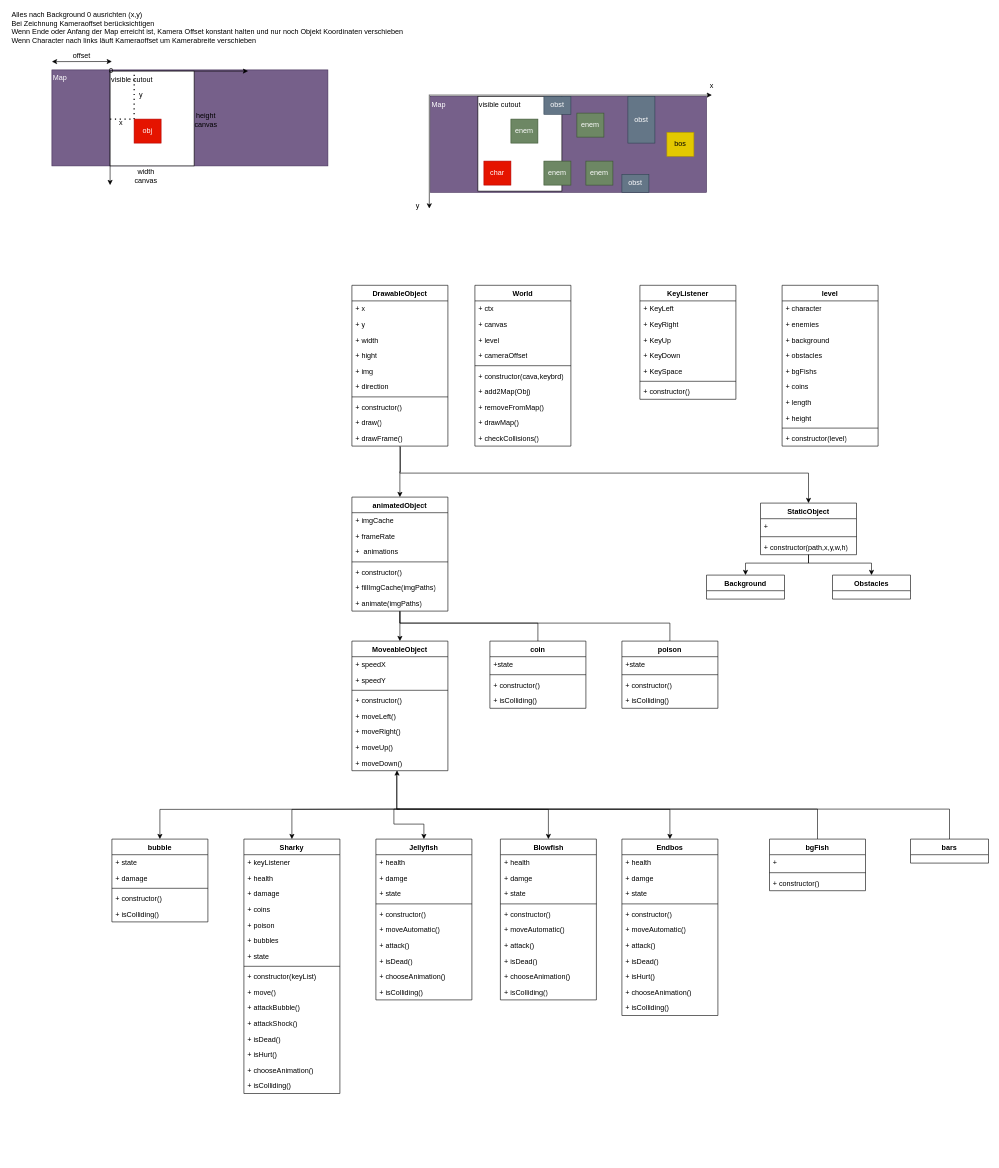
Raifiki/gameSharky keeps this draw.io diagram as SW_Architektur.drawio. Above is the earlier version. Source tidied: cells renumbered, new cells numbered last; positions are measured from the earlier drawing's top-left corner, leaving out a move shared by most shapes. Both pictures are drawn from the tidied source at 60%, with x=0, y=0 at pixel (10, 11).
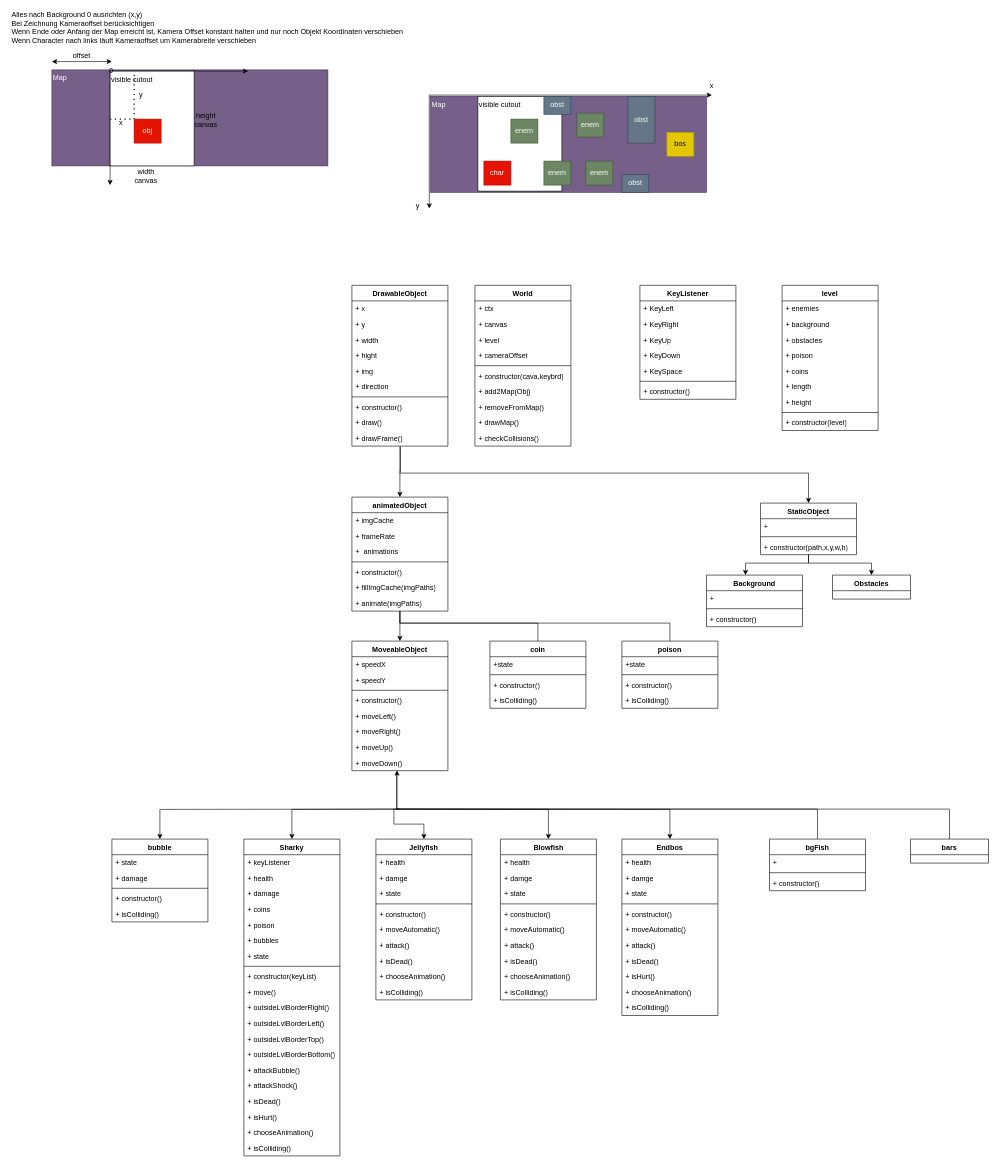
After the change.

Diff of the diagram source:
```diff
@@
     <mxCell id="50" value="Sharky" style="swimlane;fontStyle=1;align=center;verticalAlign=top;horizontal=1;startSize=26;whiteSpace=wrap;html=1;" parent="1" vertex="1">
-      <mxGeometry x="389" y="1380" width="160" height="424" as="geometry" />
+      <mxGeometry x="389" y="1380" width="160" height="528" as="geometry" />
     </mxCell>
@@
+    <mxCell id="183" value="+ outsideLvlBorderRight()" style="text;strokeColor=none;fillColor=none;align=left;verticalAlign=top;spacingLeft=4;spacingRight=4;overflow=hidden;whiteSpace=wrap;html=1;" parent="50" vertex="1">
+      <mxGeometry y="268" width="160" height="26" as="geometry" />
+    </mxCell>
+    <mxCell id="184" value="+ outsideLvlBorderLeft()" style="text;strokeColor=none;fillColor=none;align=left;verticalAlign=top;spacingLeft=4;spacingRight=4;overflow=hidden;whiteSpace=wrap;html=1;" parent="50" vertex="1">
+      <mxGeometry y="294" width="160" height="26" as="geometry" />
+    </mxCell>
+    <mxCell id="185" value="+ outsideLvlBorderTop()" style="text;strokeColor=none;fillColor=none;align=left;verticalAlign=top;spacingLeft=4;spacingRight=4;overflow=hidden;whiteSpace=wrap;html=1;" parent="50" vertex="1">
+      <mxGeometry y="320" width="160" height="26" as="geometry" />
+    </mxCell>
+    <mxCell id="186" value="+ outsideLvlBorderBottom()" style="text;strokeColor=none;fillColor=none;align=left;verticalAlign=top;spacingLeft=4;spacingRight=4;overflow=hidden;whiteSpace=wrap;html=1;" parent="50" vertex="1">
+      <mxGeometry y="346" width="160" height="26" as="geometry" />
+    </mxCell>
     <mxCell id="61" value="+ attackBubble()" style="text;strokeColor=none;fillColor=none;align=left;verticalAlign=top;spacingLeft=4;spacingRight=4;overflow=hidden;whiteSpace=wrap;html=1;" parent="50" vertex="1">
-      <mxGeometry y="268" width="160" height="26" as="geometry" />
+      <mxGeometry y="372" width="160" height="26" as="geometry" />
     </mxCell>
     <mxCell id="62" value="+ attackShock()" style="text;strokeColor=none;fillColor=none;align=left;verticalAlign=top;spacingLeft=4;spacingRight=4;overflow=hidden;whiteSpace=wrap;html=1;" parent="50" vertex="1">
-      <mxGeometry y="294" width="160" height="26" as="geometry" />
+      <mxGeometry y="398" width="160" height="26" as="geometry" />
     </mxCell>
     <mxCell id="63" value="+ isDead()" style="text;strokeColor=none;fillColor=none;align=left;verticalAlign=top;spacingLeft=4;spacingRight=4;overflow=hidden;whiteSpace=wrap;html=1;" parent="50" vertex="1">
-      <mxGeometry y="320" width="160" height="26" as="geometry" />
+      <mxGeometry y="424" width="160" height="26" as="geometry" />
     </mxCell>
     <mxCell id="64" value="+ isHurt()" style="text;strokeColor=none;fillColor=none;align=left;verticalAlign=top;spacingLeft=4;spacingRight=4;overflow=hidden;whiteSpace=wrap;html=1;" parent="50" vertex="1">
-      <mxGeometry y="346" width="160" height="26" as="geometry" />
+      <mxGeometry y="450" width="160" height="26" as="geometry" />
     </mxCell>
     <mxCell id="65" value="+ chooseAnimation()" style="text;strokeColor=none;fillColor=none;align=left;verticalAlign=top;spacingLeft=4;spacingRight=4;overflow=hidden;whiteSpace=wrap;html=1;" parent="50" vertex="1">
-      <mxGeometry y="372" width="160" height="26" as="geometry" />
+      <mxGeometry y="476" width="160" height="26" as="geometry" />
     </mxCell>
     <mxCell id="66" value="+ isColliding()" style="text;strokeColor=none;fillColor=none;align=left;verticalAlign=top;spacingLeft=4;spacingRight=4;overflow=hidden;whiteSpace=wrap;html=1;" parent="50" vertex="1">
-      <mxGeometry y="398" width="160" height="26" as="geometry" />
+      <mxGeometry y="502" width="160" height="26" as="geometry" />
     </mxCell>
-    <mxCell id="67" value="Background" style="swimlane;fontStyle=1;align=center;verticalAlign=top;horizontal=1;startSize=26;whiteSpace=wrap;html=1;" parent="1" vertex="1" collapsed="1">
-      <mxGeometry x="1160" y="940" width="130" height="40" as="geometry" />
+    <mxCell id="67" value="Background" style="swimlane;fontStyle=1;align=center;verticalAlign=top;horizontal=1;startSize=26;whiteSpace=wrap;html=1;" parent="1" vertex="1">
+      <mxGeometry x="1160" y="940" width="160" height="86" as="geometry" />
     </mxCell>
+    <mxCell id="187" value="+&amp;nbsp;" style="text;strokeColor=none;fillColor=none;align=left;verticalAlign=top;spacingLeft=4;spacingRight=4;overflow=hidden;whiteSpace=wrap;html=1;" parent="67" vertex="1">
+      <mxGeometry y="26" width="160" height="26" as="geometry" />
+    </mxCell>
+    <mxCell id="188" style="line;strokeWidth=1;fillColor=none;align=left;verticalAlign=middle;spacingTop=-1;spacingLeft=3;spacingRight=3;labelPosition=right;strokeColor=inherit;" parent="67" vertex="1">
+      <mxGeometry y="52" width="160" height="8" as="geometry" />
+    </mxCell>
+    <mxCell id="189" value="+ constructor()" style="text;strokeColor=none;fillColor=none;align=left;verticalAlign=top;spacingLeft=4;spacingRight=4;overflow=hidden;whiteSpace=wrap;html=1;" parent="67" vertex="1">
+      <mxGeometry y="60" width="160" height="26" as="geometry" />
+    </mxCell>
@@
     <mxCell id="115" value="level" style="swimlane;fontStyle=1;align=center;verticalAlign=top;horizontal=1;startSize=26;whiteSpace=wrap;html=1;" parent="1" vertex="1">
-      <mxGeometry x="1286" y="457" width="160" height="268" as="geometry" />
+      <mxGeometry x="1286" y="457" width="160" height="242" as="geometry" />
     </mxCell>
-    <mxCell id="116" value="+ character" style="text;strokeColor=none;fillColor=none;align=left;verticalAlign=top;spacingLeft=4;spacingRight=4;overflow=hidden;whiteSpace=wrap;html=1;" parent="115" vertex="1">
-      <mxGeometry y="26" width="160" height="26" as="geometry" />
-    </mxCell>
     <mxCell id="117" value="+ enemies" style="text;strokeColor=none;fillColor=none;align=left;verticalAlign=top;spacingLeft=4;spacingRight=4;overflow=hidden;whiteSpace=wrap;html=1;" parent="115" vertex="1">
-      <mxGeometry y="52" width="160" height="26" as="geometry" />
+      <mxGeometry y="26" width="160" height="26" as="geometry" />
     </mxCell>
     <mxCell id="118" value="+ background" style="text;strokeColor=none;fillColor=none;align=left;verticalAlign=top;spacingLeft=4;spacingRight=4;overflow=hidden;whiteSpace=wrap;html=1;" parent="115" vertex="1">
-      <mxGeometry y="78" width="160" height="26" as="geometry" />
+      <mxGeometry y="52" width="160" height="26" as="geometry" />
     </mxCell>
     <mxCell id="119" value="+ obstacles" style="text;strokeColor=none;fillColor=none;align=left;verticalAlign=top;spacingLeft=4;spacingRight=4;overflow=hidden;whiteSpace=wrap;html=1;" parent="115" vertex="1">
-      <mxGeometry y="104" width="160" height="26" as="geometry" />
+      <mxGeometry y="78" width="160" height="26" as="geometry" />
     </mxCell>
-    <mxCell id="120" value="+ bgFishs" style="text;strokeColor=none;fillColor=none;align=left;verticalAlign=top;spacingLeft=4;spacingRight=4;overflow=hidden;whiteSpace=wrap;html=1;" parent="115" vertex="1">
-      <mxGeometry y="130" width="160" height="26" as="geometry" />
+    <mxCell id="120" value="+ poison" style="text;strokeColor=none;fillColor=none;align=left;verticalAlign=top;spacingLeft=4;spacingRight=4;overflow=hidden;whiteSpace=wrap;html=1;" parent="115" vertex="1">
+      <mxGeometry y="104" width="160" height="26" as="geometry" />
     </mxCell>
     <mxCell id="121" value="+ coins" style="text;strokeColor=none;fillColor=none;align=left;verticalAlign=top;spacingLeft=4;spacingRight=4;overflow=hidden;whiteSpace=wrap;html=1;" parent="115" vertex="1">
-      <mxGeometry y="156" width="160" height="26" as="geometry" />
+      <mxGeometry y="130" width="160" height="26" as="geometry" />
     </mxCell>
     <mxCell id="122" value="+ length" style="text;strokeColor=none;fillColor=none;align=left;verticalAlign=top;spacingLeft=4;spacingRight=4;overflow=hidden;whiteSpace=wrap;html=1;" parent="115" vertex="1">
-      <mxGeometry y="182" width="160" height="26" as="geometry" />
+      <mxGeometry y="156" width="160" height="26" as="geometry" />
     </mxCell>
     <mxCell id="123" value="+ height" style="text;strokeColor=none;fillColor=none;align=left;verticalAlign=top;spacingLeft=4;spacingRight=4;overflow=hidden;whiteSpace=wrap;html=1;" parent="115" vertex="1">
-      <mxGeometry y="208" width="160" height="26" as="geometry" />
+      <mxGeometry y="182" width="160" height="26" as="geometry" />
     </mxCell>
     <mxCell id="124" style="line;strokeWidth=1;fillColor=none;align=left;verticalAlign=middle;spacingTop=-1;spacingLeft=3;spacingRight=3;labelPosition=right;strokeColor=inherit;" parent="115" vertex="1">
-      <mxGeometry y="234" width="160" height="8" as="geometry" />
+      <mxGeometry y="208" width="160" height="8" as="geometry" />
     </mxCell>
     <mxCell id="125" value="+ constructor(level)" style="text;strokeColor=none;fillColor=none;align=left;verticalAlign=top;spacingLeft=4;spacingRight=4;overflow=hidden;whiteSpace=wrap;html=1;" parent="115" vertex="1">
-      <mxGeometry y="242" width="160" height="26" as="geometry" />
+      <mxGeometry y="216" width="160" height="26" as="geometry" />
     </mxCell>
```
